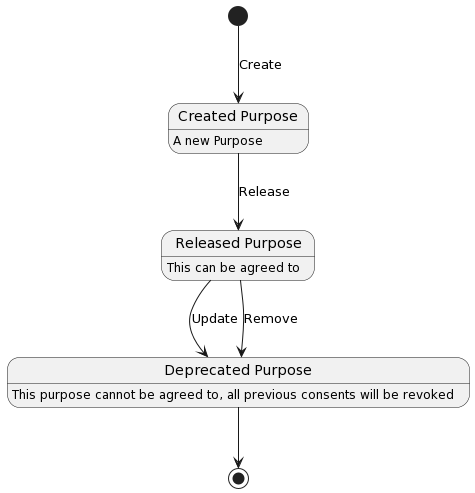
This is docs/purpose_state.png from kuromogeko/graal-consent, a PlantUML export, as it was before one commit. Source of this version:
```plantuml
@startuml
state "Released Purpose" as rp
state "Created Purpose" as crp
state "Deprecated Purpose" as dep
[*] --> crp : Create
crp: A new Purpose
crp --> rp : Release
rp: This can be agreed to
rp --> dep : Update
rp --> dep : Remove
dep: This purpose cannot be agreed to, all previous consents will be revoked
dep --> [*]
@enduml
```
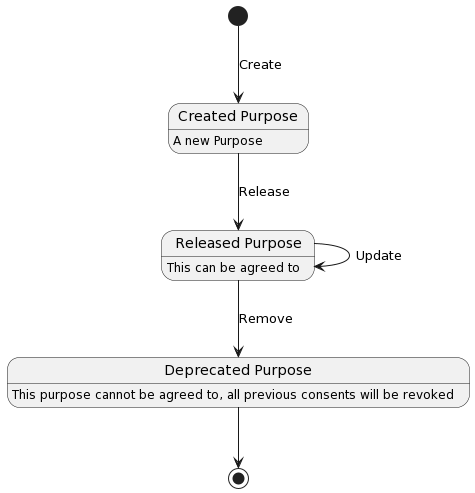
The same file after the commit.

The edit, as a diff of the source:
```diff
@@ -6,7 +6,7 @@
 crp: A new Purpose
 crp --> rp : Release
 rp: This can be agreed to
-rp --> dep : Update
+rp --> rp : Update
 rp --> dep : Remove
 dep: This purpose cannot be agreed to, all previous consents will be revoked
 dep --> [*]
```
